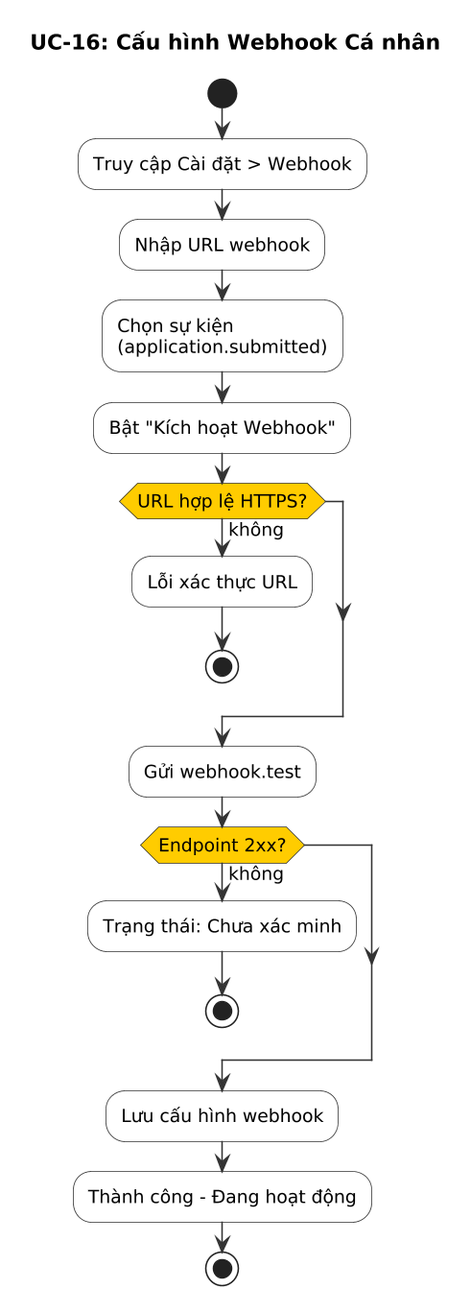
Before: modules/dist/recr/images/activity/uc16-webhook-config-activity.png, a diagram exported from PlantUML (namnh240795/document).
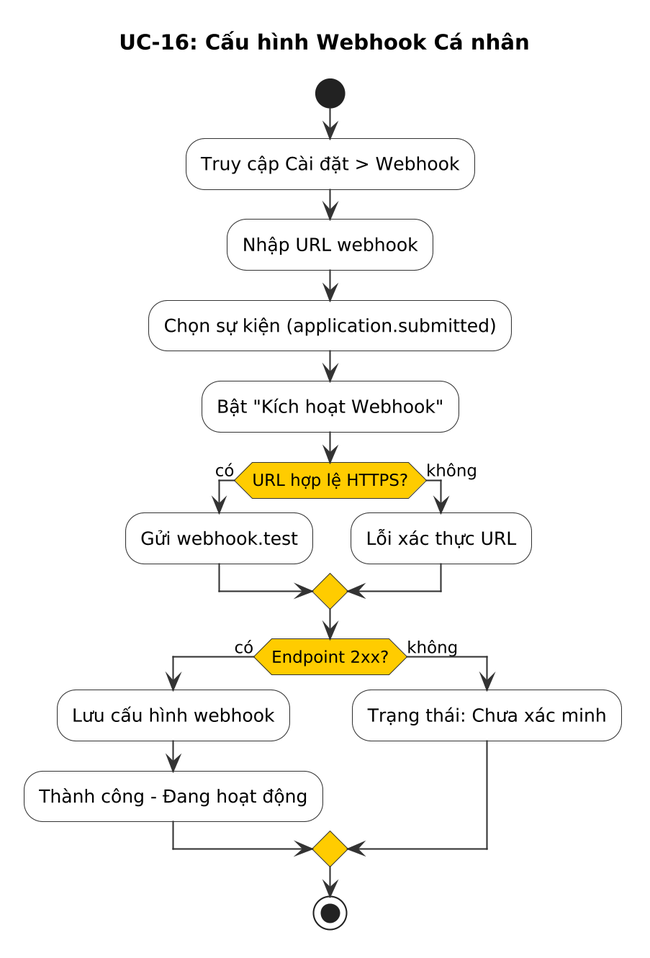
After the change.

What changed in the source:
```diff
@@ -1,8 +1,5 @@
 @startuml
-skinparam dpi 150
-skinparam defaultFontSize 12
-skinparam nodesep 15
-skinparam ranksep 15
+skinparam dpi 200
 skinparam activity {
   BackgroundColor #F8F8F8
   BorderColor #333333
@@ -19,25 +16,22 @@
 
 :Nhập URL webhook;
 
-:Chọn sự kiện\n(application.submitted);
+:Chọn sự kiện (application.submitted);
 
 :Bật "Kích hoạt Webhook";
 
-if (URL hợp lệ HTTPS?) then (không)
+if (URL hợp lệ HTTPS?) then (có)
+  :Gửi webhook.test;
+else (không)
   :Lỗi xác thực URL;
-  stop
 endif
 
-:Gửi webhook.test;
-
-if (Endpoint 2xx?) then (không)
+if (Endpoint 2xx?) then (có)
+  :Lưu cấu hình webhook;
+  :Thành công - Đang hoạt động;
+else (không)
   :Trạng thái: Chưa xác minh;
-  stop
 endif
-
-:Lưu cấu hình webhook;
-
-:Thành công - Đang hoạt động;
 
 stop
 
```
